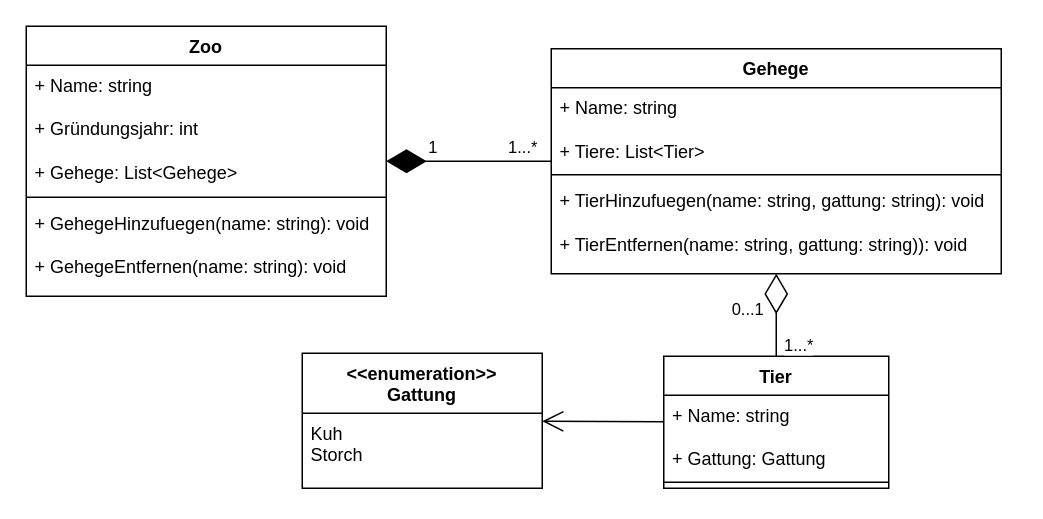
Before: src/SabrinaFeurstein/aufgaben/Zoo/Teil 2 (Tiere)/Zoo_UML-Diagramm.drawio in zewas-digital/appdevhb25, a draw.io diagram. Source tidied: cells renumbered, new cells numbered last; positions are measured from the earlier drawing's top-left corner, leaving out a move shared by most shapes. Both pictures are drawn from the tidied source at 150%, with x=0, y=0 at pixel (26, 26).
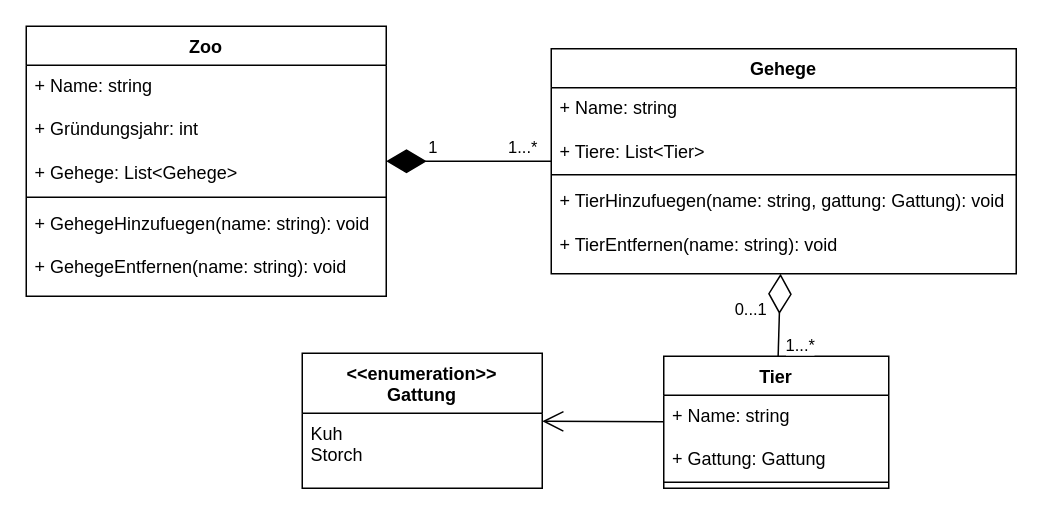
The same page after the edit.

Commit message (it also covers changes not shown here):
Zoo, Teil 2 (Tiere): UML-Diagramm angepasst

What changed in the source:
```diff
@@
     <mxCell id="2" value="Gehege" style="swimlane;fontStyle=1;align=center;verticalAlign=top;horizontal=1;startSize=26;whiteSpace=wrap;html=1;" parent="1" vertex="1">
-      <mxGeometry x="350" y="15" width="300" height="150" as="geometry" />
+      <mxGeometry x="350" y="15" width="310" height="150" as="geometry" />
     </mxCell>
     <mxCell id="3" value="+ Name: string&lt;div&gt;&lt;br&gt;&lt;/div&gt;&lt;div&gt;+ Tiere: List&amp;lt;Tier&amp;gt;&lt;/div&gt;" style="text;strokeColor=none;fillColor=none;align=left;verticalAlign=top;spacingLeft=4;spacingRight=4;overflow=hidden;whiteSpace=wrap;html=1;" parent="2" vertex="1">
-      <mxGeometry y="26" width="300" height="54" as="geometry" />
+      <mxGeometry y="26" width="310" height="54" as="geometry" />
     </mxCell>
     <mxCell id="4" style="line;strokeWidth=1;fillColor=none;align=left;verticalAlign=middle;spacingTop=-1;spacingLeft=3;spacingRight=3;labelPosition=right;strokeColor=inherit;" parent="2" vertex="1">
-      <mxGeometry y="80" width="300" height="8" as="geometry" />
+      <mxGeometry y="80" width="310" height="8" as="geometry" />
     </mxCell>
-    <mxCell id="5" value="+ TierHinzufuegen(name: string, gattung: string): void&lt;div&gt;&lt;br&gt;&lt;/div&gt;&lt;div&gt;+ TierEntfernen(name: string&lt;span style=&quot;background-color: transparent; color: light-dark(rgb(0, 0, 0), rgb(255, 255, 255));&quot;&gt;, gattung: string)&lt;/span&gt;&lt;span style=&quot;background-color: transparent; color: light-dark(rgb(0, 0, 0), rgb(255, 255, 255));&quot;&gt;): void&lt;/span&gt;&lt;/div&gt;" style="text;strokeColor=none;fillColor=none;align=left;verticalAlign=top;spacingLeft=4;spacingRight=4;overflow=hidden;whiteSpace=wrap;html=1;" parent="2" vertex="1">
-      <mxGeometry y="88" width="300" height="62" as="geometry" />
+    <mxCell id="5" value="+ TierHinzufuegen(name: string, gattung: Gattung): void&lt;div&gt;&lt;br&gt;&lt;/div&gt;&lt;div&gt;+ TierEntfernen(name: string&lt;span style=&quot;background-color: transparent; color: light-dark(rgb(0, 0, 0), rgb(255, 255, 255));&quot;&gt;): void&lt;/span&gt;&lt;/div&gt;" style="text;strokeColor=none;fillColor=none;align=left;verticalAlign=top;spacingLeft=4;spacingRight=4;overflow=hidden;whiteSpace=wrap;html=1;" parent="2" vertex="1">
+      <mxGeometry y="88" width="310" height="62" as="geometry" />
     </mxCell>
```
